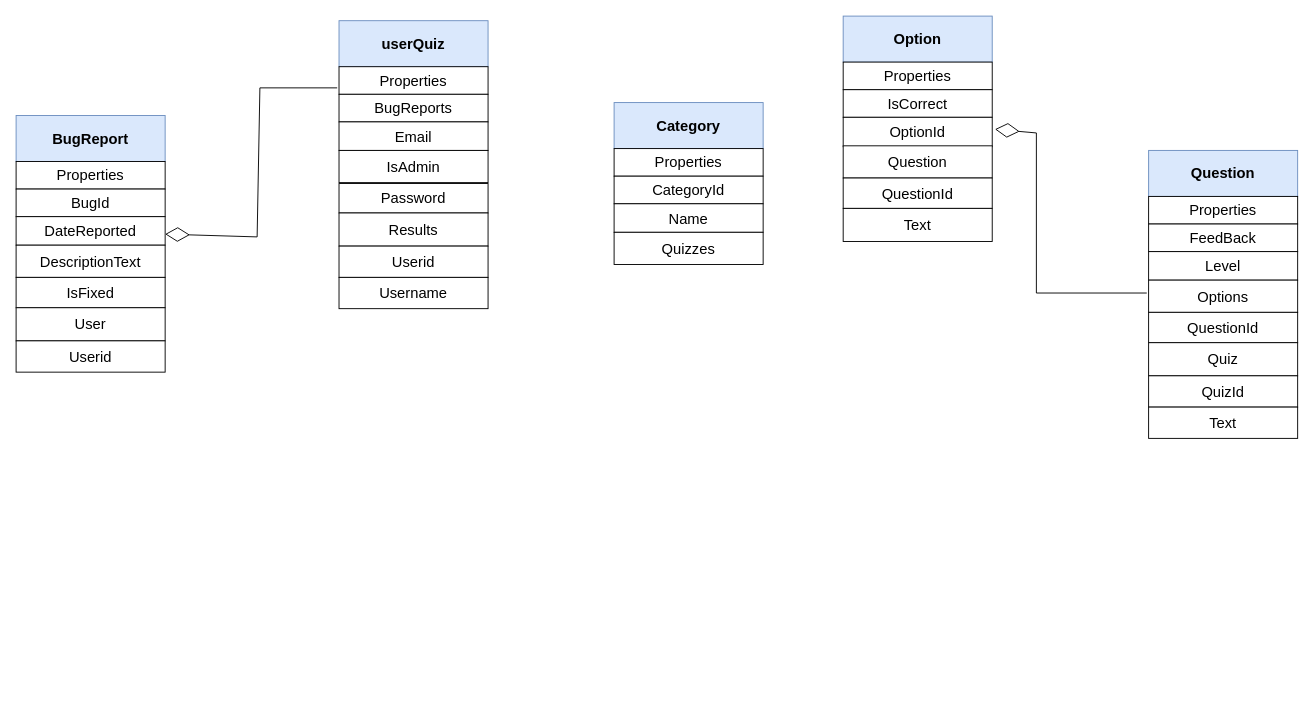
Before: page "Page-4" (4 of 4) of Diagramme sans nom.drawio in murielleflora/test-repositoire, a draw.io diagram. Source tidied: cells renumbered, new cells numbered last; positions are measured from the earlier drawing's top-left corner, leaving out a move shared by most shapes. Both pictures are drawn from the tidied source at 92%, with x=0, y=0 at pixel (16, 16).
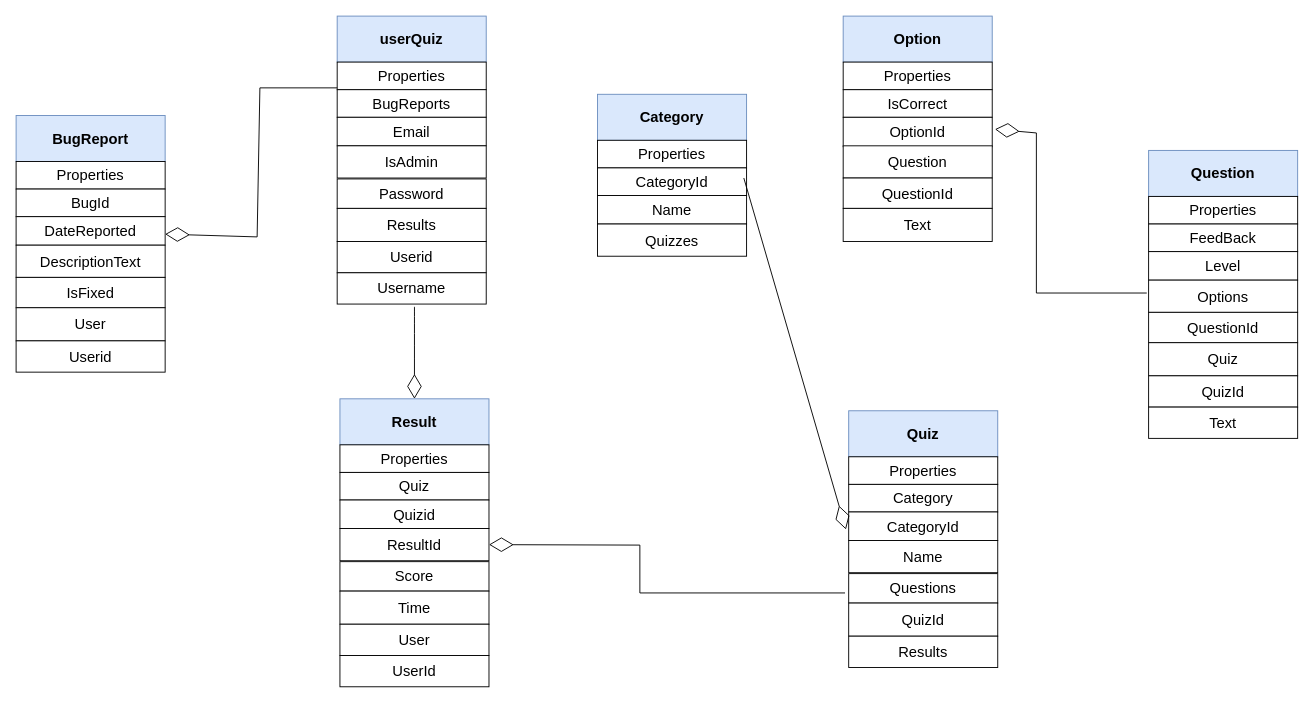
The same page after the edit.

Commit message (it also covers changes not shown here):
Mettre à jour Diagramme sans nom.drawio

The edit, as a diff of the source:
```diff
@@
     <mxCell id="10" value="&lt;b&gt;userQuiz&lt;/b&gt;" style="rounded=0;whiteSpace=wrap;html=1;fontSize=16;fillColor=#dae8fc;strokeColor=#6c8ebf;" parent="1" vertex="1">
-      <mxGeometry x="351" y="5" width="162" height="50" as="geometry" />
+      <mxGeometry x="349" width="162" height="50" as="geometry" />
     </mxCell>
     <mxCell id="11" value="Properties" style="rounded=0;whiteSpace=wrap;html=1;fontSize=16;" parent="1" vertex="1">
-      <mxGeometry x="351" y="55" width="162" height="30" as="geometry" />
+      <mxGeometry x="349" y="50" width="162" height="30" as="geometry" />
     </mxCell>
     <mxCell id="12" value="BugReports" style="rounded=0;whiteSpace=wrap;html=1;fontSize=16;" parent="1" vertex="1">
-      <mxGeometry x="351" y="85" width="162" height="30" as="geometry" />
+      <mxGeometry x="349" y="80" width="162" height="30" as="geometry" />
     </mxCell>
     <mxCell id="13" value="Email" style="rounded=0;whiteSpace=wrap;html=1;fontSize=16;" parent="1" vertex="1">
-      <mxGeometry x="351" y="115" width="162" height="31" as="geometry" />
+      <mxGeometry x="349" y="110" width="162" height="31" as="geometry" />
     </mxCell>
     <mxCell id="14" value="IsAdmin" style="rounded=0;whiteSpace=wrap;html=1;fontSize=16;" parent="1" vertex="1">
-      <mxGeometry x="351" y="146" width="162" height="35" as="geometry" />
+      <mxGeometry x="349" y="141" width="162" height="35" as="geometry" />
     </mxCell>
     <mxCell id="15" value="Password" style="rounded=0;whiteSpace=wrap;html=1;fontSize=16;" parent="1" vertex="1">
-      <mxGeometry x="351" y="182" width="162" height="32" as="geometry" />
+      <mxGeometry x="349" y="177" width="162" height="32" as="geometry" />
     </mxCell>
     <mxCell id="16" value="Results" style="rounded=0;whiteSpace=wrap;html=1;fontSize=16;" parent="1" vertex="1">
-      <mxGeometry x="351" y="214" width="162" height="36" as="geometry" />
+      <mxGeometry x="349" y="209" width="162" height="36" as="geometry" />
     </mxCell>
     <mxCell id="17" value="Userid" style="rounded=0;whiteSpace=wrap;html=1;fontSize=16;" parent="1" vertex="1">
-      <mxGeometry x="351" y="250" width="162" height="34" as="geometry" />
+      <mxGeometry x="349" y="245" width="162" height="34" as="geometry" />
     </mxCell>
     <mxCell id="18" value="Username" style="rounded=0;whiteSpace=wrap;html=1;fontSize=16;" parent="1" vertex="1">
-      <mxGeometry x="351" y="284" width="162" height="34" as="geometry" />
+      <mxGeometry x="349" y="279" width="162" height="34" as="geometry" />
     </mxCell>
     <mxCell id="19" value="&lt;b&gt;Category&lt;/b&gt;" style="rounded=0;whiteSpace=wrap;html=1;fontSize=16;fillColor=#dae8fc;strokeColor=#6c8ebf;" parent="1" vertex="1">
-      <mxGeometry x="650" y="94" width="162" height="50" as="geometry" />
+      <mxGeometry x="632" y="85" width="162" height="50" as="geometry" />
     </mxCell>
     <mxCell id="20" value="Properties" style="rounded=0;whiteSpace=wrap;html=1;fontSize=16;" parent="1" vertex="1">
-      <mxGeometry x="650" y="144" width="162" height="30" as="geometry" />
+      <mxGeometry x="632" y="135" width="162" height="30" as="geometry" />
     </mxCell>
     <mxCell id="21" value="CategoryId" style="rounded=0;whiteSpace=wrap;html=1;fontSize=16;" parent="1" vertex="1">
-      <mxGeometry x="650" y="174" width="162" height="30" as="geometry" />
+      <mxGeometry x="632" y="165" width="162" height="30" as="geometry" />
     </mxCell>
     <mxCell id="22" value="Name" style="rounded=0;whiteSpace=wrap;html=1;fontSize=16;" parent="1" vertex="1">
-      <mxGeometry x="650" y="204" width="162" height="31" as="geometry" />
+      <mxGeometry x="632" y="195" width="162" height="31" as="geometry" />
     </mxCell>
     <mxCell id="23" value="Quizzes" style="rounded=0;whiteSpace=wrap;html=1;fontSize=16;" parent="1" vertex="1">
-      <mxGeometry x="650" y="235" width="162" height="35" as="geometry" />
+      <mxGeometry x="632" y="226" width="162" height="35" as="geometry" />
     </mxCell>
@@
+    <mxCell id="42" value="&lt;b&gt;Result&lt;/b&gt;" style="rounded=0;whiteSpace=wrap;html=1;fontSize=16;fillColor=#dae8fc;strokeColor=#6c8ebf;" parent="1" vertex="1">
+      <mxGeometry x="352" y="416" width="162" height="50" as="geometry" />
+    </mxCell>
+    <mxCell id="43" value="Properties" style="rounded=0;whiteSpace=wrap;html=1;fontSize=16;" parent="1" vertex="1">
+      <mxGeometry x="352" y="466" width="162" height="30" as="geometry" />
+    </mxCell>
+    <mxCell id="44" value="Quiz" style="rounded=0;whiteSpace=wrap;html=1;fontSize=16;" parent="1" vertex="1">
+      <mxGeometry x="352" y="496" width="162" height="30" as="geometry" />
+    </mxCell>
+    <mxCell id="45" value="Quizid" style="rounded=0;whiteSpace=wrap;html=1;fontSize=16;" parent="1" vertex="1">
+      <mxGeometry x="352" y="526" width="162" height="31" as="geometry" />
+    </mxCell>
+    <mxCell id="46" value="ResultId" style="rounded=0;whiteSpace=wrap;html=1;fontSize=16;" parent="1" vertex="1">
+      <mxGeometry x="352" y="557" width="162" height="35" as="geometry" />
+    </mxCell>
+    <mxCell id="47" value="Score" style="rounded=0;whiteSpace=wrap;html=1;fontSize=16;" parent="1" vertex="1">
+      <mxGeometry x="352" y="593" width="162" height="32" as="geometry" />
+    </mxCell>
+    <mxCell id="48" value="Time" style="rounded=0;whiteSpace=wrap;html=1;fontSize=16;" parent="1" vertex="1">
+      <mxGeometry x="352" y="625" width="162" height="36" as="geometry" />
+    </mxCell>
+    <mxCell id="49" value="User" style="rounded=0;whiteSpace=wrap;html=1;fontSize=16;" parent="1" vertex="1">
+      <mxGeometry x="352" y="661" width="162" height="34" as="geometry" />
+    </mxCell>
+    <mxCell id="50" value="UserId" style="rounded=0;whiteSpace=wrap;html=1;fontSize=16;" parent="1" vertex="1">
+      <mxGeometry x="352" y="695" width="162" height="34" as="geometry" />
+    </mxCell>
+    <mxCell id="51" value="&lt;b&gt;Quiz&lt;/b&gt;" style="rounded=0;whiteSpace=wrap;html=1;fontSize=16;fillColor=#dae8fc;strokeColor=#6c8ebf;" parent="1" vertex="1">
+      <mxGeometry x="905" y="429" width="162" height="50" as="geometry" />
+    </mxCell>
+    <mxCell id="52" value="Properties" style="rounded=0;whiteSpace=wrap;html=1;fontSize=16;" parent="1" vertex="1">
+      <mxGeometry x="905" y="479" width="162" height="30" as="geometry" />
+    </mxCell>
+    <mxCell id="53" value="Category" style="rounded=0;whiteSpace=wrap;html=1;fontSize=16;" parent="1" vertex="1">
+      <mxGeometry x="905" y="509" width="162" height="30" as="geometry" />
+    </mxCell>
+    <mxCell id="54" value="CategoryId" style="rounded=0;whiteSpace=wrap;html=1;fontSize=16;" parent="1" vertex="1">
+      <mxGeometry x="905" y="539" width="162" height="31" as="geometry" />
+    </mxCell>
+    <mxCell id="55" value="Name" style="rounded=0;whiteSpace=wrap;html=1;fontSize=16;" parent="1" vertex="1">
+      <mxGeometry x="905" y="570" width="162" height="35" as="geometry" />
+    </mxCell>
+    <mxCell id="56" value="Questions" style="rounded=0;whiteSpace=wrap;html=1;fontSize=16;" parent="1" vertex="1">
+      <mxGeometry x="905" y="606" width="162" height="32" as="geometry" />
+    </mxCell>
+    <mxCell id="57" value="QuizId" style="rounded=0;whiteSpace=wrap;html=1;fontSize=16;" parent="1" vertex="1">
+      <mxGeometry x="905" y="638" width="162" height="36" as="geometry" />
+    </mxCell>
+    <mxCell id="58" value="Results" style="rounded=0;whiteSpace=wrap;html=1;fontSize=16;" parent="1" vertex="1">
+      <mxGeometry x="905" y="674" width="162" height="34" as="geometry" />
+    </mxCell>
+    <mxCell id="59" style="endArrow=diamondThin;endFill=0;endSize=24;html=1;rounded=0;fontSize=12;curved=1;entryX=0.5;entryY=0;entryDx=0;entryDy=0;" parent="1" edge="1" target="42">
+      <mxGeometry relative="1" as="geometry">
+        <mxPoint x="433" y="316" as="sourcePoint" />
+      </mxGeometry>
+    </mxCell>
+    <mxCell id="60" style="endArrow=diamondThin;endFill=0;endSize=24;html=1;rounded=0;fontSize=12;entryX=1;entryY=0.5;entryDx=0;entryDy=0;" parent="1" edge="1" target="46">
+      <mxGeometry relative="1" as="geometry">
+        <mxPoint x="901" y="627" as="sourcePoint" />
+        <Array as="points">
+          <mxPoint x="678" y="627" />
+          <mxPoint x="678" y="575" />
+        </Array>
+      </mxGeometry>
+    </mxCell>
+    <mxCell id="61" style="endArrow=diamondThin;endFill=0;endSize=24;html=1;rounded=0;fontSize=12;" parent="1" edge="1">
+      <mxGeometry relative="1" as="geometry">
+        <mxPoint x="791" y="176" as="sourcePoint" />
+        <mxPoint x="902" y="558" as="targetPoint" />
+      </mxGeometry>
+    </mxCell>
```
